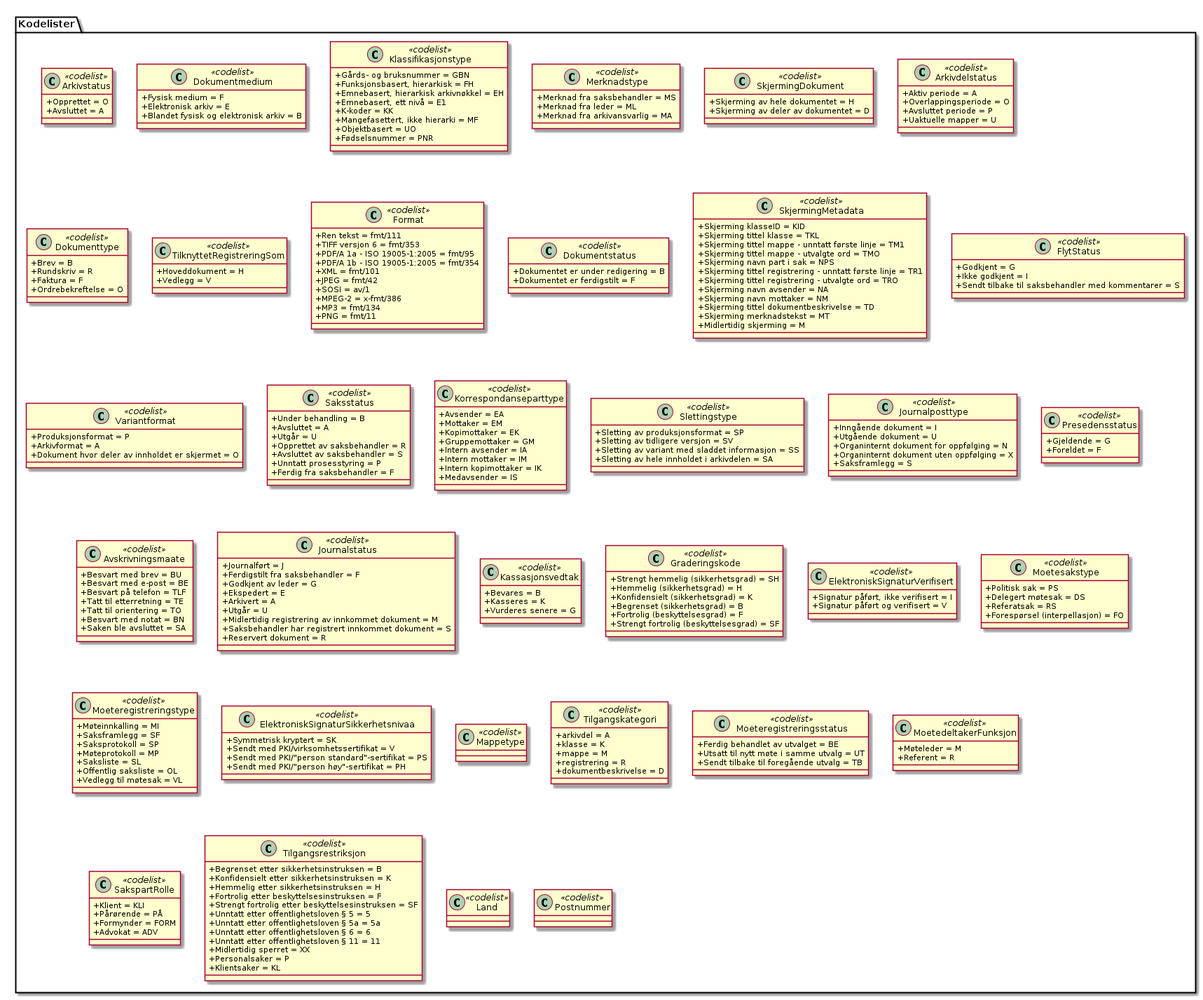
Above: kapitler/media/uml-kodelister-entiter.png in arkivverket/noark5-tjenestegrensesnitt-standard (PlantUML), before the change.
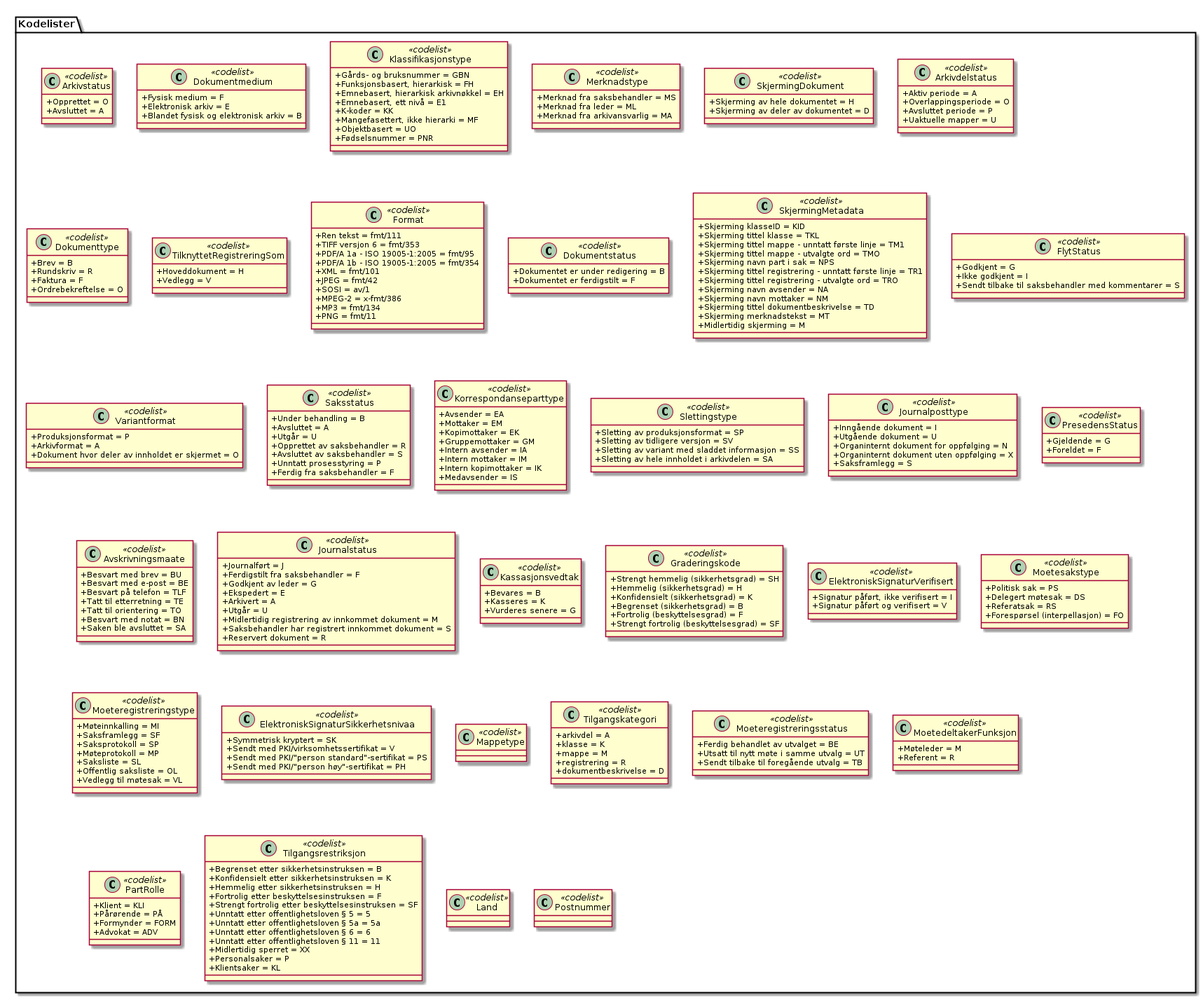
The same file after the commit.

What changed in the source:
```diff
@@ -117,7 +117,7 @@
   +Organinternt dokument uten oppfølging = X
   +Saksframlegg = S
 }
-class Kodelister.Presedensstatus <<codelist>> {
+class Kodelister.PresedensStatus <<codelist>> {
   +Gjeldende = G
   +Foreldet = F
 }
@@ -197,7 +197,7 @@
   +Møteleder = M
   +Referent = R
 }
-class Kodelister.SakspartRolle <<codelist>> {
+class Kodelister.PartRolle <<codelist>> {
   +Klient = KLI
   +Pårørende = PÅ
   +Formynder = FORM
```
